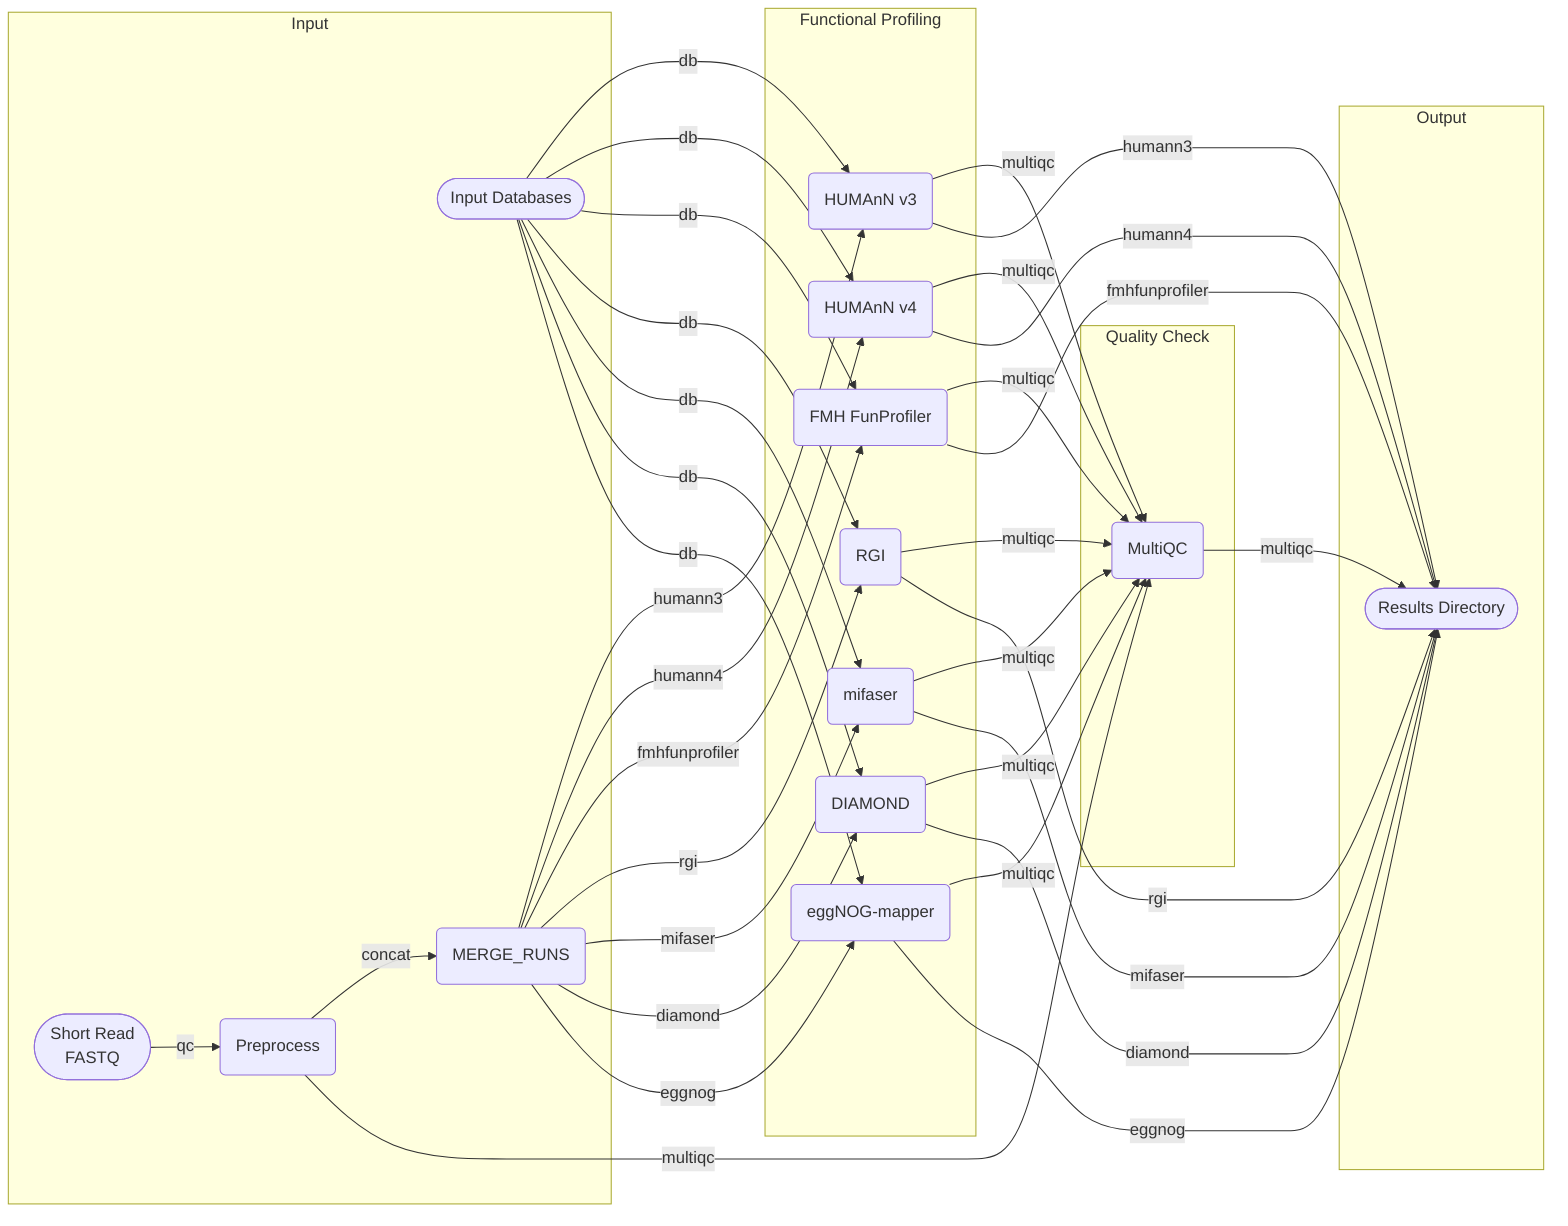
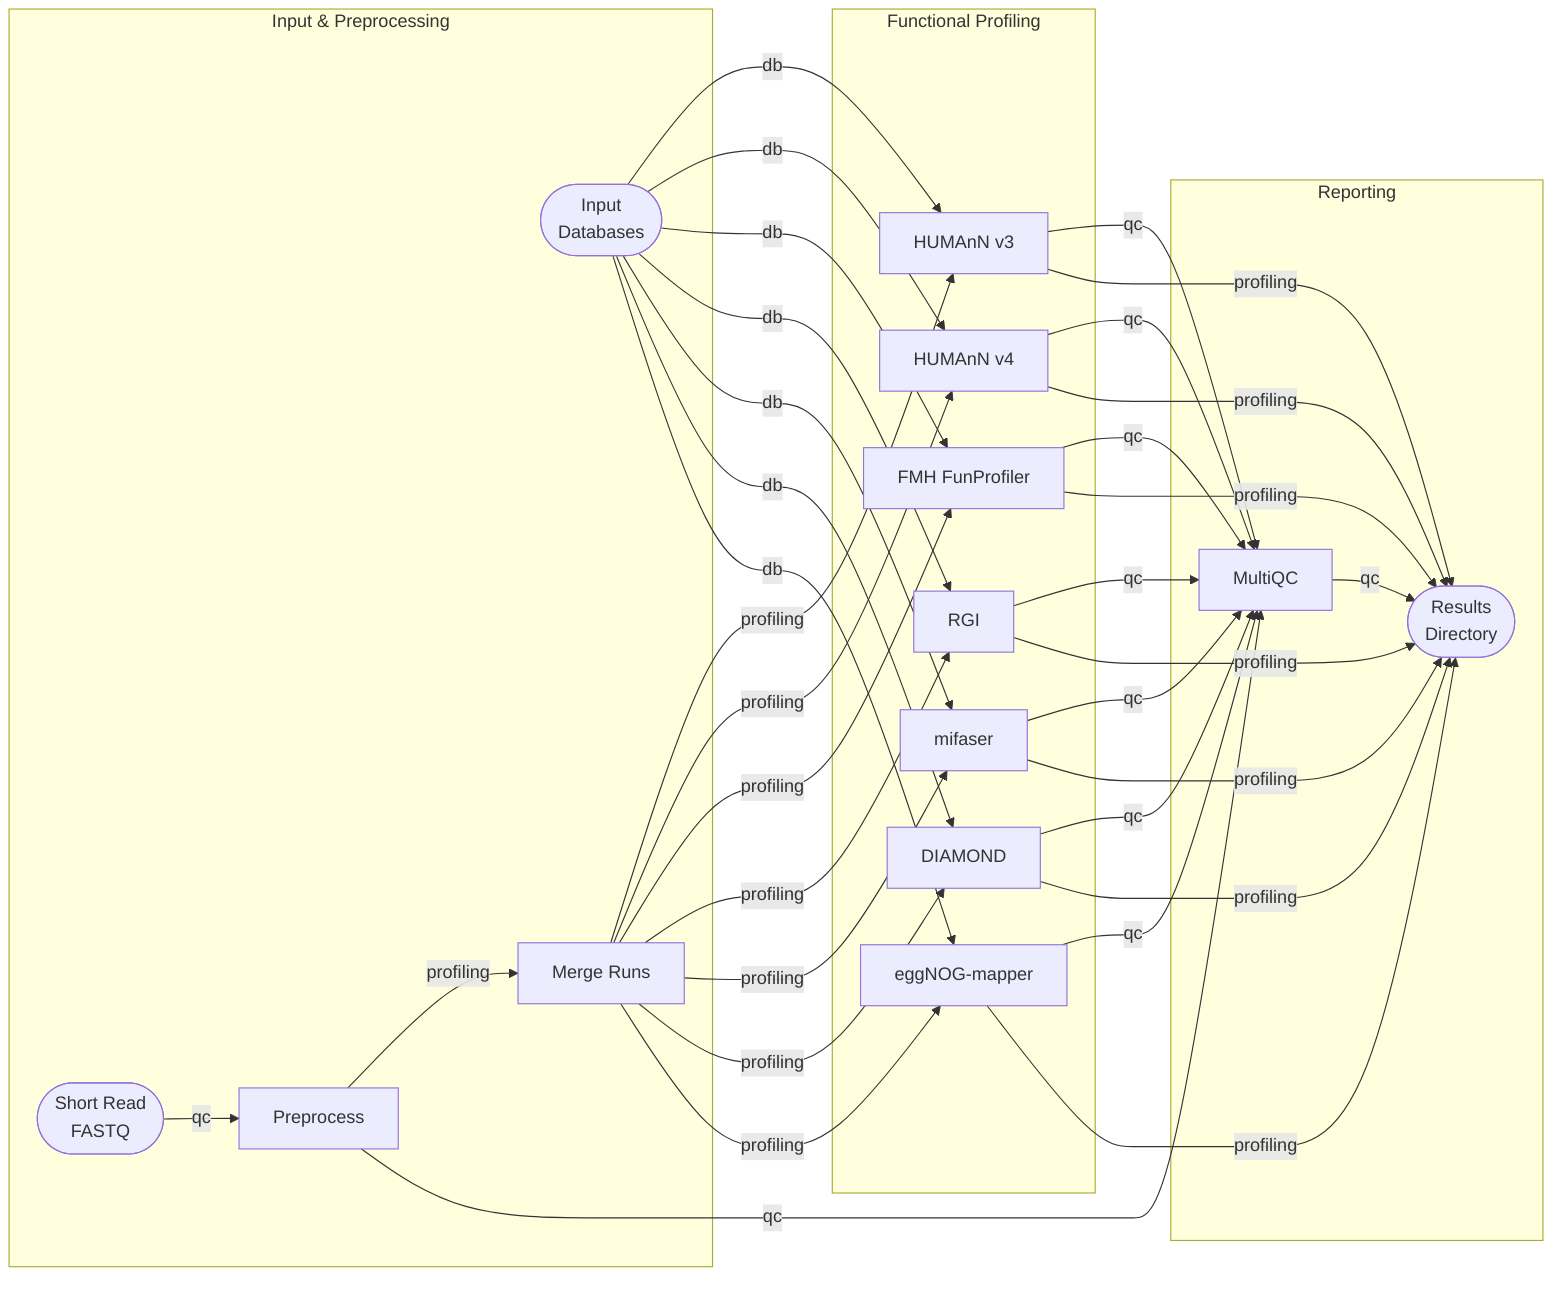
%%metro title: nf-core/funcprofiler
%%metro style: dark
+ %%metro line: profiling | Functional Profiling | #FF9800
%%metro line: qc | Preprocessing & QC | #4CAF50
- %%metro line: concat | Merge & Concat | #2196F3
- %%metro line: humann3 | HUMAnN v3 | #FF9800
- %%metro line: humann4 | HUMAnN v4 | #FF5722
- %%metro line: fmhfunprofiler | FMH FunProfiler | #E91E63
- %%metro line: rgi | RGI | #CDDC39
- %%metro line: mifaser | mifaser | #00BCD4
- %%metro line: diamond | DIAMOND | #9C27B0
- %%metro line: eggnog | eggNOG-mapper | #3F51B5
- %%metro line: multiqc | Reporting | #795548
%%metro line: db | Database Prep | #607D8B
+ %%metro legend: bl
+ %%metro compact_offsets: true

graph LR
-     subgraph input[Input]
+     subgraph input [Input & Preprocessing]
+         %%metro exit: right | profiling, qc, db
        input_short([Short Read\nFASTQ])
-         input_dbs([Input Databases])
-         sr_qc(Preprocess)
-         merge(MERGE_RUNS)
+         input_dbs([Input\nDatabases])
+         sr_qc[Preprocess]
+         merge[Merge Runs]
+ 
+         input_short -->|qc| sr_qc
+         sr_qc -->|profiling| merge
    end

-     subgraph profiling[Functional Profiling]
-         humann3(HUMAnN v3)
-         humann4(HUMAnN v4)
-         fmhfunprofiler(FMH FunProfiler)
-         RGI(RGI)
-         mifaser(mifaser)
-         diamond(DIAMOND)
-         eggnog_mapper(eggNOG-mapper)
+     subgraph profiling [Functional Profiling]
+         %%metro entry: left | profiling, db
+         %%metro exit: right | profiling, qc
+         humann3[HUMAnN v3]
+         humann4[HUMAnN v4]
+         fmhfunprofiler[FMH FunProfiler]
+         RGI[RGI]
+         mifaser[mifaser]
+         diamond[DIAMOND]
+         eggnog_mapper[eggNOG-mapper]
    end

-     subgraph QC[Quality Check]
-         multiqc(MultiQC)
+     subgraph reporting [Reporting]
+         %%metro entry: left | profiling, qc
+         multiqc[MultiQC]
+         output([Results\nDirectory])
+ 
+         multiqc -->|qc| output
    end

-     subgraph Output[Output]
-         output([Results Directory])
-     end
- 
-     %% DB Prep
+     %% DB Prep: databases feed all profiling tools
    input_dbs -->|db| humann3
    input_dbs -->|db| humann4
    input_dbs -->|db| fmhfunprofiler
    input_dbs -->|db| RGI
    input_dbs -->|db| mifaser
    input_dbs -->|db| diamond
    input_dbs -->|db| eggnog_mapper

-     %% Preprocessing
-     input_short -->|qc| sr_qc
-     sr_qc -->|concat| merge
+     %% Profiling fan-out from merge
+     merge -->|profiling| humann3
+     merge -->|profiling| humann4
+     merge -->|profiling| fmhfunprofiler
+     merge -->|profiling| RGI
+     merge -->|profiling| mifaser
+     merge -->|profiling| diamond
+     merge -->|profiling| eggnog_mapper

-     %% Profiling split
-     merge -->|humann3| humann3
-     merge -->|humann4| humann4
-     merge -->|fmhfunprofiler| fmhfunprofiler
-     merge -->|rgi| RGI
-     merge -->|mifaser| mifaser
-     merge -->|diamond| diamond
-     merge -->|eggnog| eggnog_mapper
+     %% QC reporting
+     sr_qc -->|qc| multiqc
+     humann3 -->|qc| multiqc
+     humann4 -->|qc| multiqc
+     fmhfunprofiler -->|qc| multiqc
+     RGI -->|qc| multiqc
+     mifaser -->|qc| multiqc
+     diamond -->|qc| multiqc
+     eggnog_mapper -->|qc| multiqc

-     %% Reporting
-     sr_qc -->|multiqc| multiqc
-     humann3 -->|multiqc| multiqc
-     humann4 -->|multiqc| multiqc
-     fmhfunprofiler -->|multiqc| multiqc
-     RGI -->|multiqc| multiqc
-     mifaser -->|multiqc| multiqc
-     diamond -->|multiqc| multiqc
-     eggnog_mapper -->|multiqc| multiqc
- 
-     %% Output
-     multiqc -->|multiqc| output
-     humann3 -->|humann3| output
-     humann4 -->|humann4| output
-     fmhfunprofiler -->|fmhfunprofiler| output
-     RGI -->|rgi| output
-     mifaser -->|mifaser| output
-     diamond -->|diamond| output
-     eggnog_mapper -->|eggnog| output
+     %% Profiling results to output
+     humann3 -->|profiling| output
+     humann4 -->|profiling| output
+     fmhfunprofiler -->|profiling| output
+     RGI -->|profiling| output
+     mifaser -->|profiling| output
+     diamond -->|profiling| output
+     eggnog_mapper -->|profiling| output
